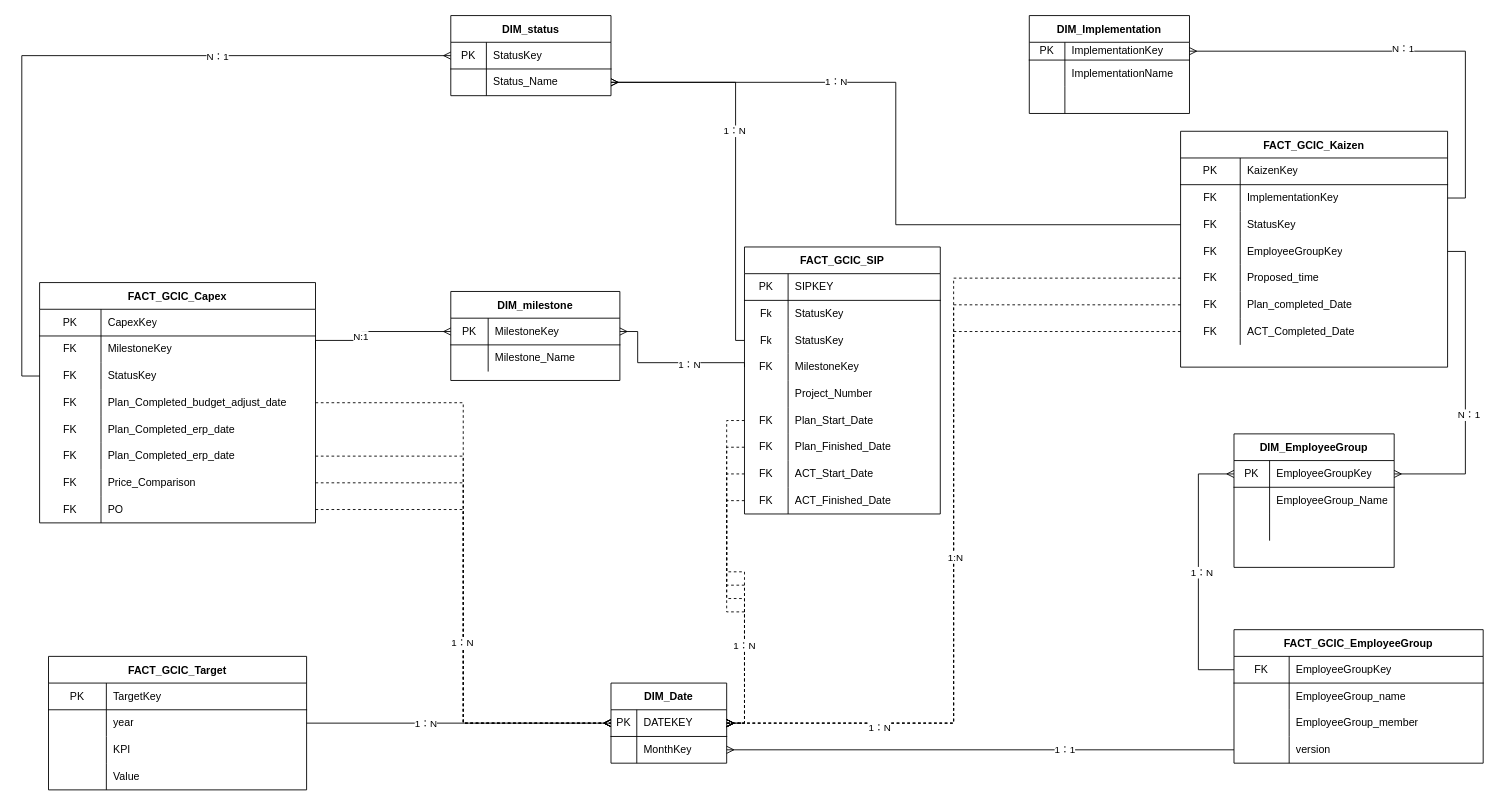
Before: Untitled Diagram.drawio in cyz12/an, a draw.io diagram. Source tidied: cells renumbered, new cells numbered last; positions are measured from the earlier drawing's top-left corner, leaving out a move shared by most shapes. Both pictures are drawn from the tidied source at 89%, with x=0, y=0 at pixel (39, 15).
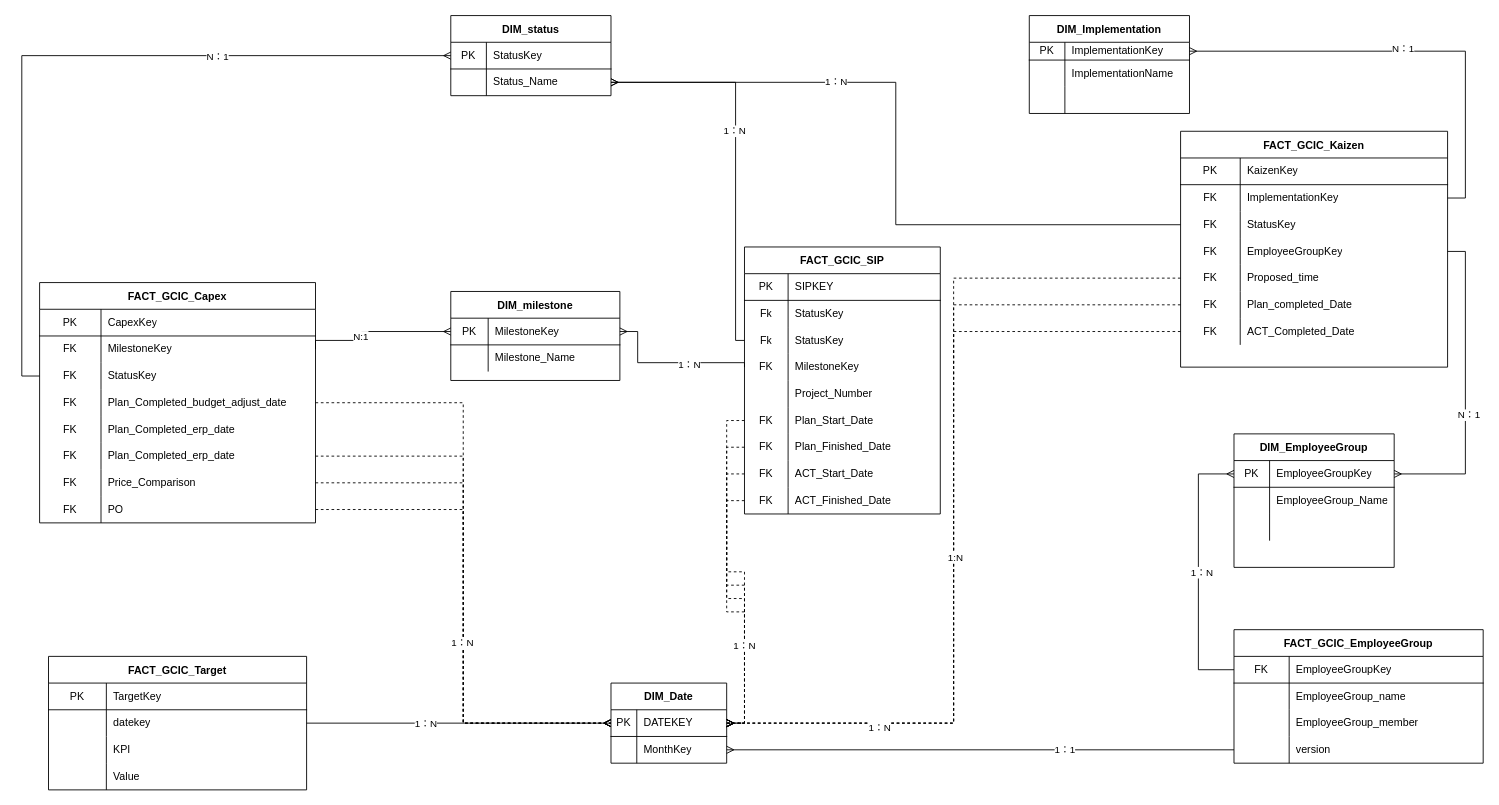
After the change.

The change refers to these unchanged cells:
```xml
<mxCell id="108" style="shape=partialRectangle;html=1;whiteSpace=wrap;fillColor=none;top=0;left=0;bottom=0;right=0;points=[[0,0.5],[1,0.5]];portConstraint=eastwest;" parent="104" vertex="1">
  <mxGeometry y="60" width="290" height="30" as="geometry" />
</mxCell>
```

Diff of the diagram source:
```diff
@@
-    <mxCell id="110" value="year" style="shape=partialRectangle;html=1;whiteSpace=wrap;fillColor=none;top=0;left=0;bottom=0;right=0;align=left;spacingLeft=6;overflow=hidden;" parent="108" vertex="1">
+    <mxCell id="110" value="datekey" style="shape=partialRectangle;html=1;whiteSpace=wrap;fillColor=none;top=0;left=0;bottom=0;right=0;align=left;spacingLeft=6;overflow=hidden;" parent="108" vertex="1">
       <mxGeometry x="65" width="225" height="30" as="geometry" />
     </mxCell>
```
